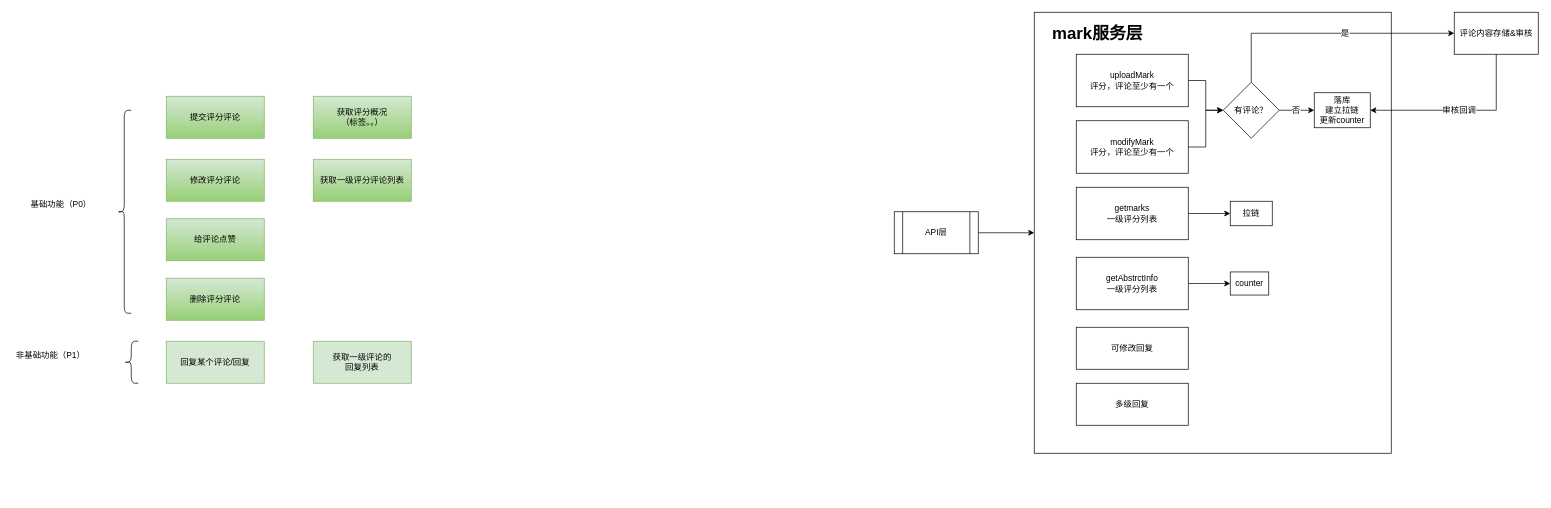
The draw.io diagram Untitled Diagram.drawio in vuuihc/note-blog, before the edit. Source tidied: cells renumbered, new cells numbered last; positions are measured from the earlier drawing's top-left corner, leaving out a move shared by most shapes. Both pictures are drawn from the tidied source at 70%, with x=0, y=0 at pixel (12, 12).
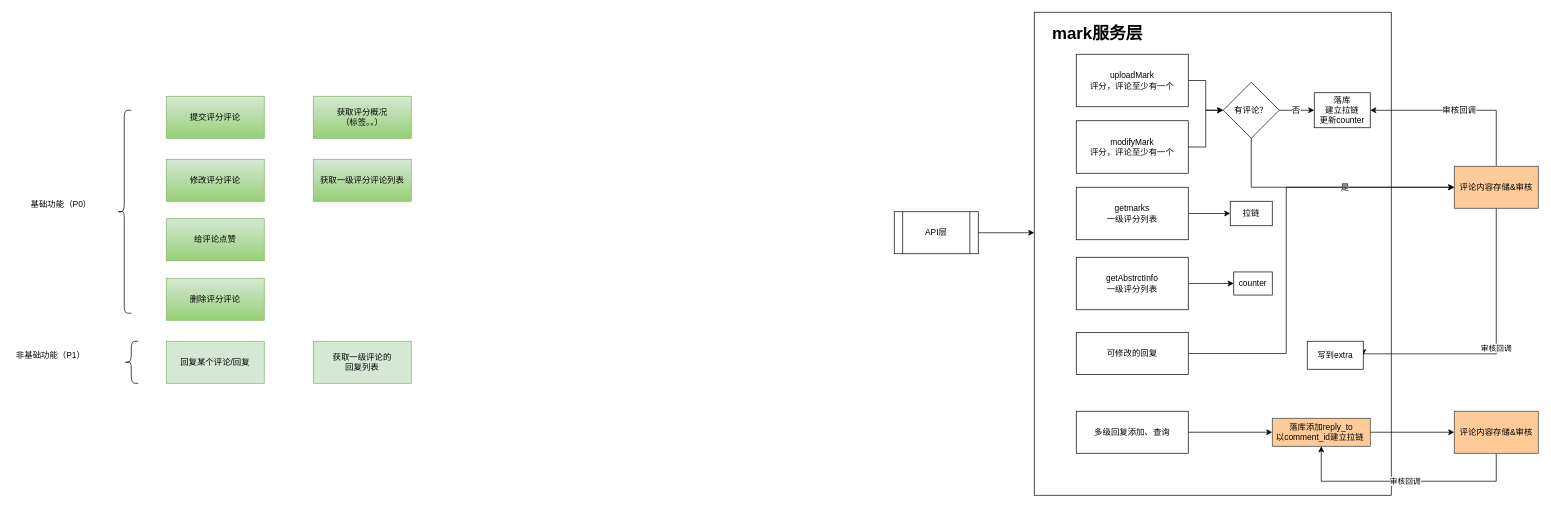
The same diagram, later.

Unchanged cells that the change refers to:
```xml
<mxCell id="36" value="有评论？" style="rhombus;whiteSpace=wrap;html=1;" parent="1" vertex="1">
  <mxGeometry x="1730" y="100" width="80" height="80" as="geometry" />
</mxCell>
```

Diff of the diagram source:
```diff
@@
     <mxCell id="2" style="rounded=0;whiteSpace=wrap;html=1;" parent="1" vertex="1">
-      <mxGeometry x="1460" width="510" height="630" as="geometry" />
+      <mxGeometry x="1460" width="510" height="690" as="geometry" />
     </mxCell>
@@
     <mxCell id="27" value="counter&lt;br&gt;" style="rounded=0;whiteSpace=wrap;html=1;" parent="1" vertex="1">
-      <mxGeometry x="1740" y="371" width="55" height="33" as="geometry" />
+      <mxGeometry x="1745" y="371" width="55" height="33" as="geometry" />
     </mxCell>
@@
+    <mxCell id="39" value="审核回调" style="edgeStyle=orthogonalEdgeStyle;rounded=0;jettySize=auto;html=1;entryX=1;entryY=0.5;entryDx=0;entryDy=0;" parent="1" edge="1" source="31" target="42">
+      <mxGeometry relative="1" as="geometry">
+        <Array as="points">
+          <mxPoint x="2120" y="488" />
+        </Array>
+      </mxGeometry>
+    </mxCell>
-    <mxCell id="31" value="评论内容存储&amp;amp;审核" style="rounded=0;whiteSpace=wrap;html=1;" parent="1" vertex="1">
-      <mxGeometry x="2060" width="120" height="60" as="geometry" />
+    <mxCell id="31" value="评论内容存储&amp;amp;审核" style="rounded=0;whiteSpace=wrap;html=1;fillColor=#ffcc99;strokeColor=#36393d;" parent="1" vertex="1">
+      <mxGeometry x="2060" y="220" width="120" height="60" as="geometry" />
     </mxCell>
@@
     <mxCell id="34" style="edgeStyle=orthogonalEdgeStyle;rounded=0;jettySize=auto;html=1;entryX=0;entryY=0.5;entryDx=0;entryDy=0;" parent="1" edge="1" source="36" target="31">
       <mxGeometry relative="1" as="geometry">
         <Array as="points">
-          <mxPoint x="1770" y="30" />
+          <mxPoint x="1770" y="250" />
         </Array>
       </mxGeometry>
     </mxCell>
@@
+    <mxCell id="40" style="edgeStyle=orthogonalEdgeStyle;rounded=0;jettySize=auto;html=1;" parent="1" edge="1" source="37" target="31">
+      <mxGeometry relative="1" as="geometry">
+        <Array as="points">
+          <mxPoint x="1820" y="488" />
+          <mxPoint x="1820" y="250" />
+        </Array>
+      </mxGeometry>
+    </mxCell>
-    <mxCell id="37" value="可修改回复" style="rounded=0;whiteSpace=wrap;html=1;" parent="1" vertex="1">
-      <mxGeometry x="1520" y="450" width="160" height="60" as="geometry" />
+    <mxCell id="37" value="可修改的回复" style="rounded=0;whiteSpace=wrap;html=1;" parent="1" vertex="1">
+      <mxGeometry x="1520" y="457.5" width="160" height="60" as="geometry" />
     </mxCell>
+    <mxCell id="41" style="edgeStyle=orthogonalEdgeStyle;rounded=0;jettySize=auto;html=1;entryX=0;entryY=0.5;entryDx=0;entryDy=0;" parent="1" edge="1" source="38" target="44">
+      <mxGeometry relative="1" as="geometry" />
+    </mxCell>
-    <mxCell id="38" value="多级回复" style="rounded=0;whiteSpace=wrap;html=1;" parent="1" vertex="1">
-      <mxGeometry x="1520" y="530" width="160" height="60" as="geometry" />
+    <mxCell id="38" value="多级回复添加、查询" style="rounded=0;whiteSpace=wrap;html=1;" parent="1" vertex="1">
+      <mxGeometry x="1520" y="570" width="160" height="60" as="geometry" />
     </mxCell>
+    <mxCell id="42" value="写到extra" style="rounded=0;whiteSpace=wrap;html=1;" parent="1" vertex="1">
+      <mxGeometry x="1850" y="470" width="80" height="40" as="geometry" />
+    </mxCell>
+    <mxCell id="43" style="edgeStyle=orthogonalEdgeStyle;rounded=0;jettySize=auto;html=1;entryX=0;entryY=0.5;entryDx=0;entryDy=0;" parent="1" edge="1" source="44" target="46">
+      <mxGeometry relative="1" as="geometry" />
+    </mxCell>
+    <mxCell id="44" value="落库添加reply_to&lt;br&gt;以comment_id建立拉链&amp;nbsp;" style="rounded=0;whiteSpace=wrap;html=1;fillColor=#ffcc99;strokeColor=#36393d;" parent="1" vertex="1">
+      <mxGeometry x="1800" y="580" width="140" height="40" as="geometry" />
+    </mxCell>
+    <mxCell id="45" value="审核回调" style="edgeStyle=orthogonalEdgeStyle;rounded=0;jettySize=auto;html=1;entryX=0.5;entryY=1;entryDx=0;entryDy=0;" parent="1" edge="1" source="46" target="44">
+      <mxGeometry relative="1" as="geometry">
+        <Array as="points">
+          <mxPoint x="2120" y="670" />
+          <mxPoint x="1870" y="670" />
+        </Array>
+      </mxGeometry>
+    </mxCell>
+    <mxCell id="46" value="评论内容存储&amp;amp;审核" style="rounded=0;whiteSpace=wrap;html=1;fillColor=#ffcc99;strokeColor=#36393d;" parent="1" vertex="1">
+      <mxGeometry x="2060" y="570" width="120" height="60" as="geometry" />
+    </mxCell>
```
